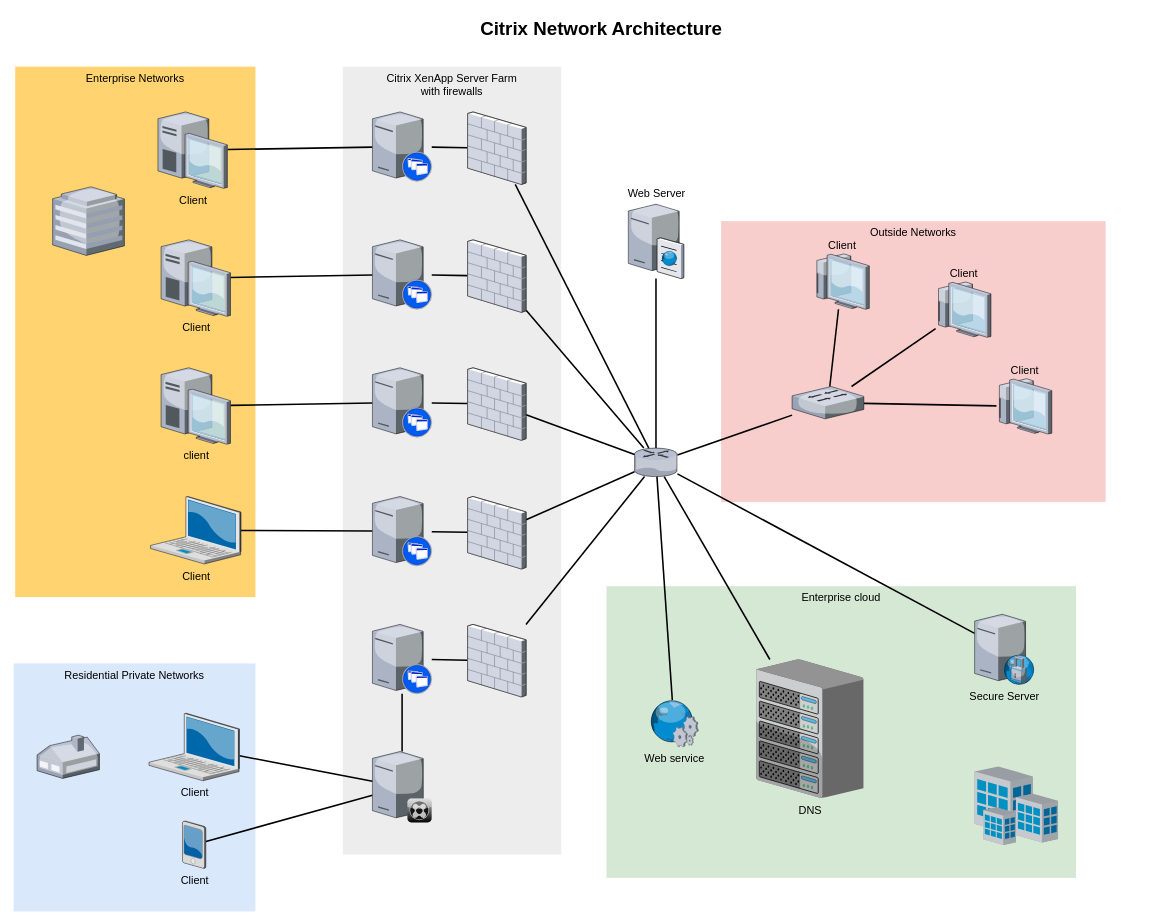
The draw.io diagram diagrams/MT Forum VLAN example.drawio in PackElend/MikroTik, before the edit. Source tidied: cells renumbered, new cells numbered last; positions are measured from the earlier drawing's top-left corner, leaving out a move shared by most shapes. Both pictures are drawn from the tidied source at 78%, with x=0, y=0 at pixel (13, 13).
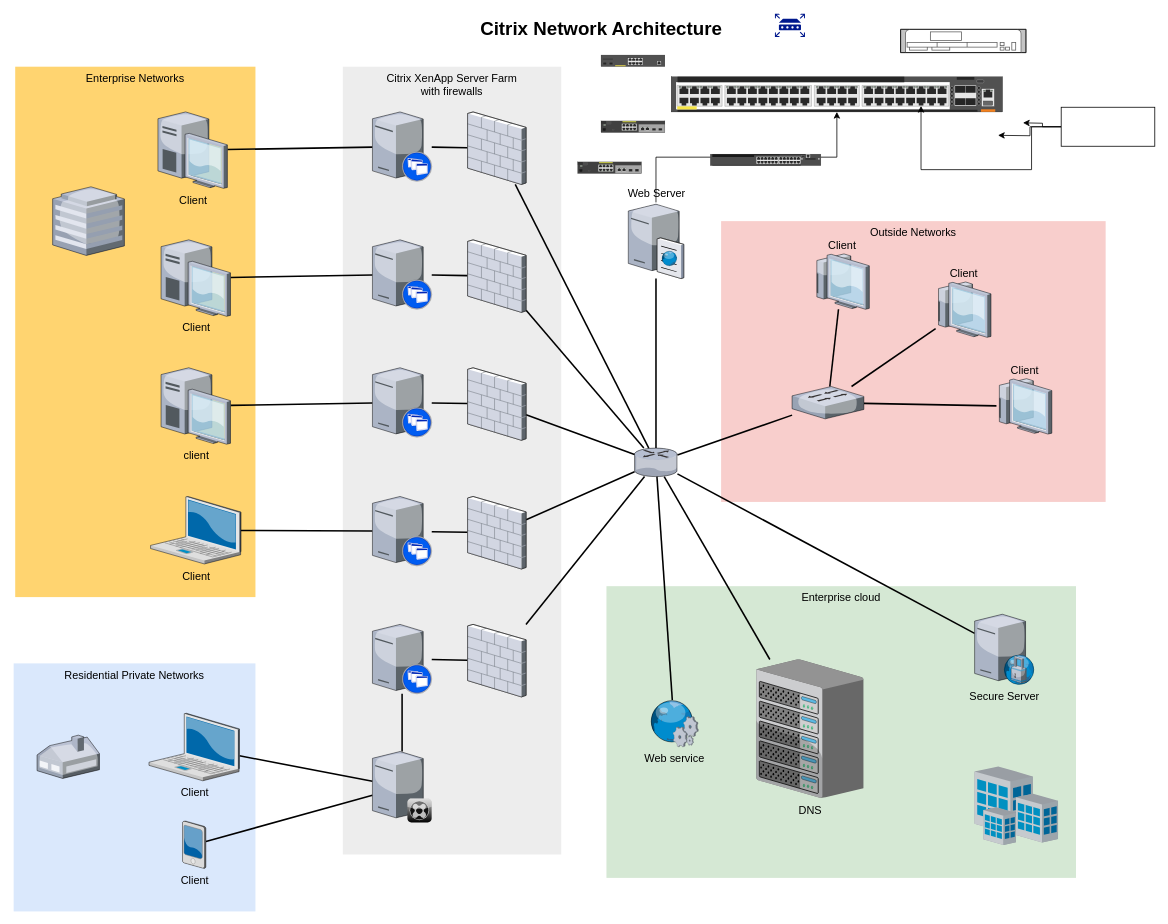
The same page after the edit.

The change refers to these unchanged cells:
```xml
<mxCell id="36" value="Web Server" style="verticalLabelPosition=top;html=1;verticalAlign=bottom;strokeColor=none;shape=mxgraph.citrix.cache_server;fillColor=#66B2FF;gradientColor=#0066CC;fontSize=14;labelPosition=center;align=center;" parent="1" vertex="1">
  <mxGeometry x="788" y="242" width="71" height="97.5" as="geometry" />
</mxCell>
```

Diff of the diagram source:
```diff
@@
+    <mxCell id="62" style="edgeStyle=orthogonalEdgeStyle;rounded=0;jettySize=auto;html=1;" parent="1" edge="1" source="36" target="63">
+      <mxGeometry relative="1" as="geometry" />
+    </mxCell>
@@
+    <mxCell id="63" style="html=1;verticalLabelPosition=bottom;verticalAlign=top;outlineConnect=0;shadow=0;dashed=0;shape=mxgraph.rack.hpe_aruba.switches.jl659a_aruba_6300m_48_port_hpe_smart_rate_1_2_5_5gbe_class_6_poe_and_4_port_switch;" parent="1" vertex="1">
+      <mxGeometry x="843" y="81" width="424.8" height="45" as="geometry" />
+    </mxCell>
+    <mxCell id="64" style="edgeStyle=orthogonalEdgeStyle;rounded=0;jettySize=auto;html=1;" parent="1" edge="1" source="67">
+      <mxGeometry relative="1" as="geometry">
+        <mxPoint x="1294" y="140" as="targetPoint" />
+      </mxGeometry>
+    </mxCell>
+    <mxCell id="65" style="edgeStyle=orthogonalEdgeStyle;rounded=0;jettySize=auto;html=1;" parent="1" edge="1" source="67">
+      <mxGeometry relative="1" as="geometry">
+        <mxPoint x="1262" y="156" as="targetPoint" />
+      </mxGeometry>
+    </mxCell>
+    <mxCell id="66" style="edgeStyle=orthogonalEdgeStyle;rounded=0;jettySize=auto;html=1;entryX=0.754;entryY=0.83;entryDx=0;entryDy=0;entryPerimeter=0;" parent="1" edge="1" source="67" target="63">
+      <mxGeometry relative="1" as="geometry">
+        <Array as="points">
+          <mxPoint x="1305" y="145" />
+          <mxPoint x="1305" y="200" />
+          <mxPoint x="1163" y="200" />
+        </Array>
+      </mxGeometry>
+    </mxCell>
+    <mxCell id="67" style="whiteSpace=wrap;html=1;" parent="1" vertex="1">
+      <mxGeometry x="1343" y="120" width="120" height="50" as="geometry" />
+    </mxCell>
+    <mxCell id="68" style="shadow=0;dashed=0;html=1;strokeColor=none;labelPosition=center;verticalLabelPosition=bottom;verticalAlign=top;align=center;fillColor=#00188D;shape=mxgraph.mscae.enterprise.router;" parent="1" vertex="1">
+      <mxGeometry x="976" width="38.5" height="30" as="geometry" />
+    </mxCell>
+    <mxCell id="69" style="shape=mxgraph.rack.cisco.cisco_1941_series_integrated_services_router;html=1;labelPosition=right;align=left;spacingLeft=15;dashed=0;shadow=0;fillColor=#ffffff;" parent="1" vertex="1">
+      <mxGeometry x="1137" y="20" width="161" height="30" as="geometry" />
+    </mxCell>
+    <mxCell id="70" style="html=1;verticalLabelPosition=bottom;verticalAlign=top;shadow=0;dashed=0;shape=mxgraph.rack.hpe_aruba.switches.jl258a_aruba_2930f_8g_poeplus_2sfpplus_switch;" parent="1" vertex="1">
+      <mxGeometry x="753" y="53" width="82" height="15" as="geometry" />
+    </mxCell>
+    <mxCell id="71" style="html=1;verticalLabelPosition=bottom;verticalAlign=top;shadow=0;dashed=0;shape=mxgraph.rack.hpe_aruba.switches.jl070a_2530_8_poeplus_internal_ps_switch;" parent="1" vertex="1">
+      <mxGeometry x="753" y="137.5" width="82" height="15" as="geometry" />
+    </mxCell>
+    <mxCell id="72" style="html=1;verticalLabelPosition=bottom;verticalAlign=top;shadow=0;dashed=0;shape=mxgraph.rack.hpe_aruba.switches.jl071a_hpe_aruba_3810m_24_port_gt_1_slot_switch;" parent="1" vertex="1">
+      <mxGeometry x="893" y="180" width="142" height="15" as="geometry" />
+    </mxCell>
+    <mxCell id="73" style="html=1;verticalLabelPosition=bottom;verticalAlign=top;shadow=0;dashed=0;shape=mxgraph.rack.hpe_aruba.switches.jl070a_2530_8_poeplus_internal_ps_switch;" parent="1" vertex="1">
+      <mxGeometry x="723" y="190" width="82" height="15" as="geometry" />
+    </mxCell>
```
